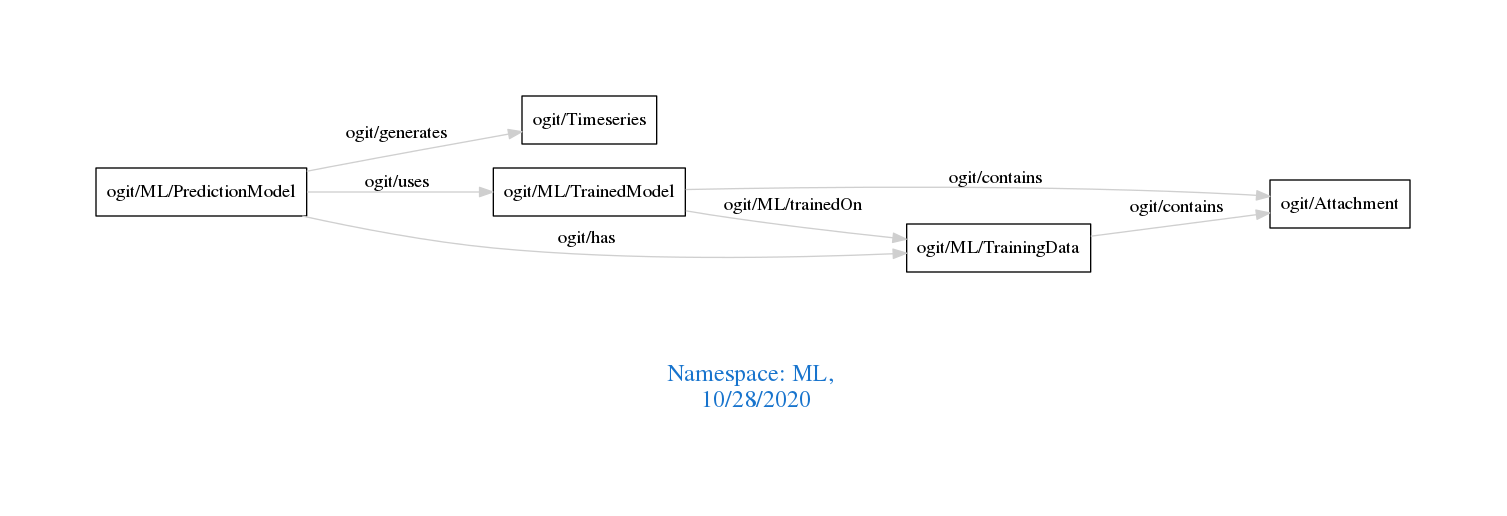
Earlier version of the Graphviz export downloads/ML.png (arago/OGIT). Its source is kept beside it as downloads/ML.dot.
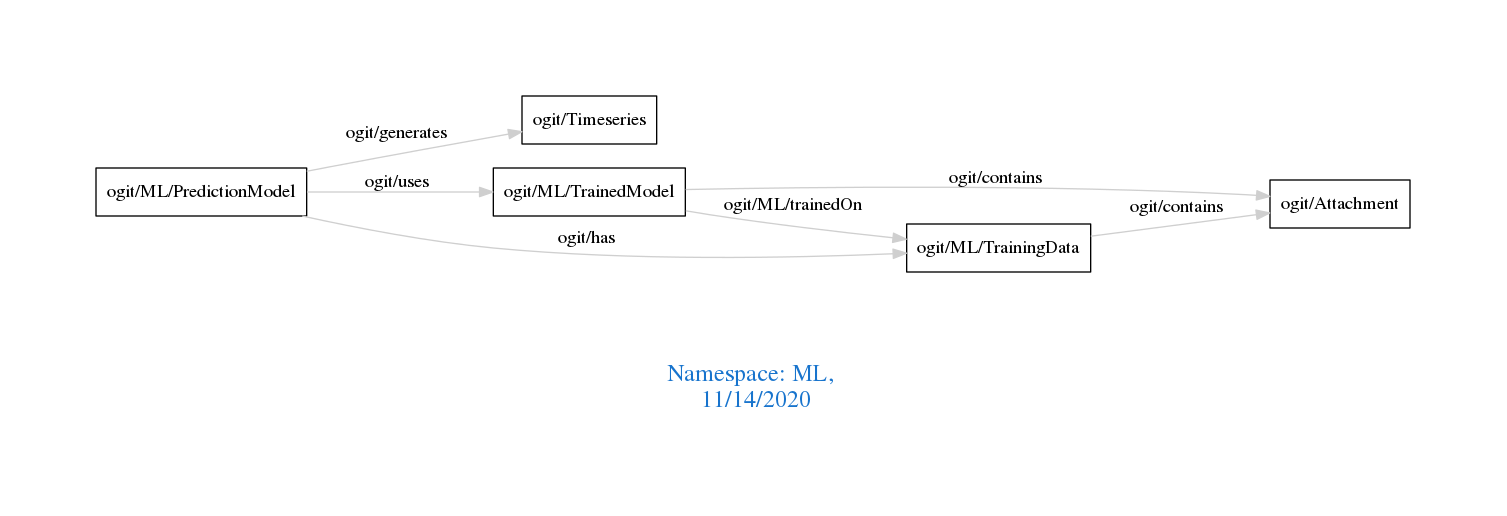
Above is the later version.

Change to the diagram source:
```diff
@@ -1,7 +1,7 @@
 digraph OGIT_ontology {
  graph [ rankdir= LR,pad=1
 fontsize = 18,
-fontcolor= dodgerblue3,label = "\n\n\nNamespace: ML, \n 10/28/2020"];
+fontcolor= dodgerblue3,label = "\n\n\nNamespace: ML, \n 11/14/2020"];
 node[shape=polygon];
 edge [  color="gray81"];
 
```
